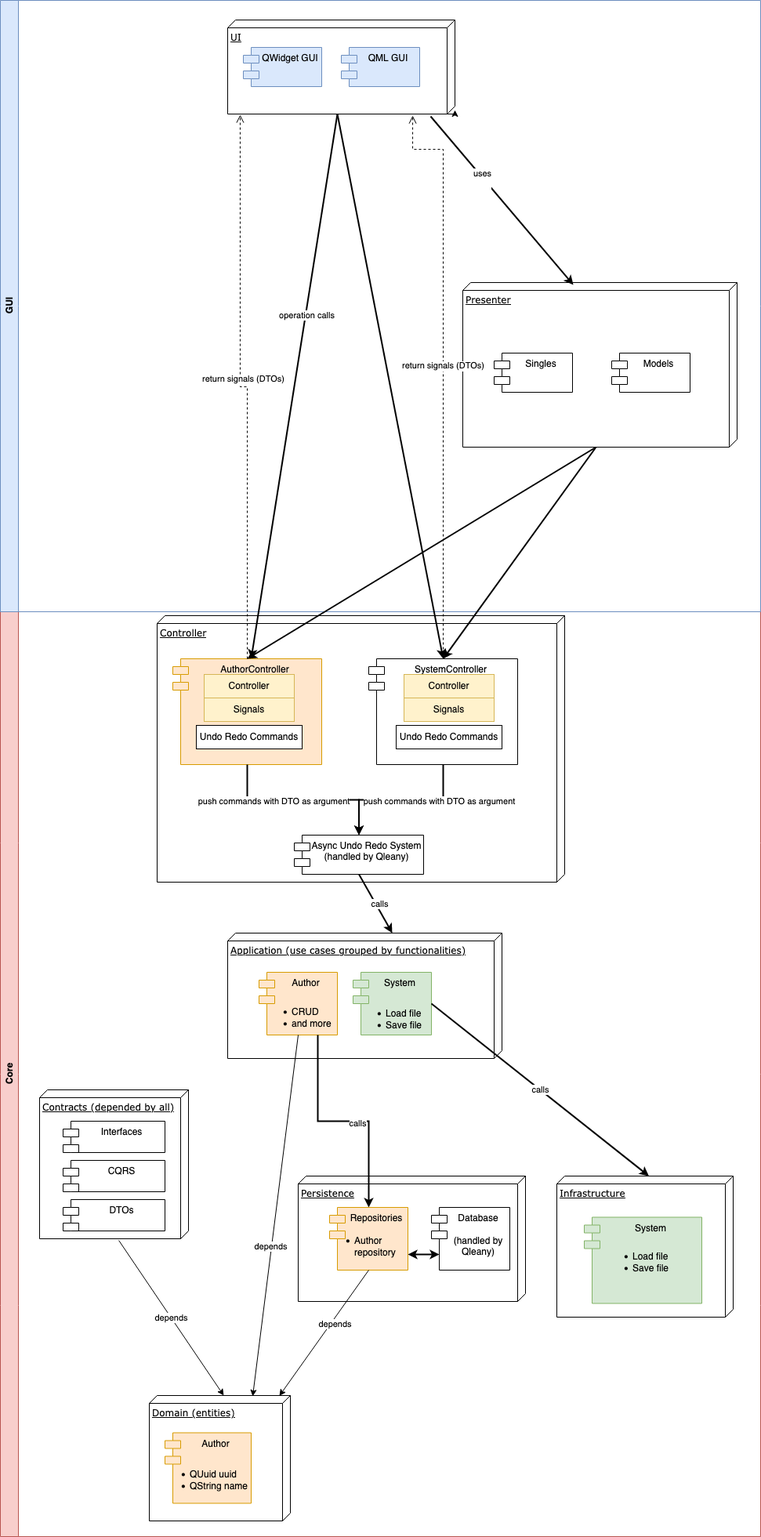
The draw.io diagram doc/qleany_project_structure.drawio.png in jacquetc/qleany, before a commit. Source tidied: cells renumbered, new cells last; positions are measured from the earlier drawing's top-left corner, leaving out a move shared by most shapes.
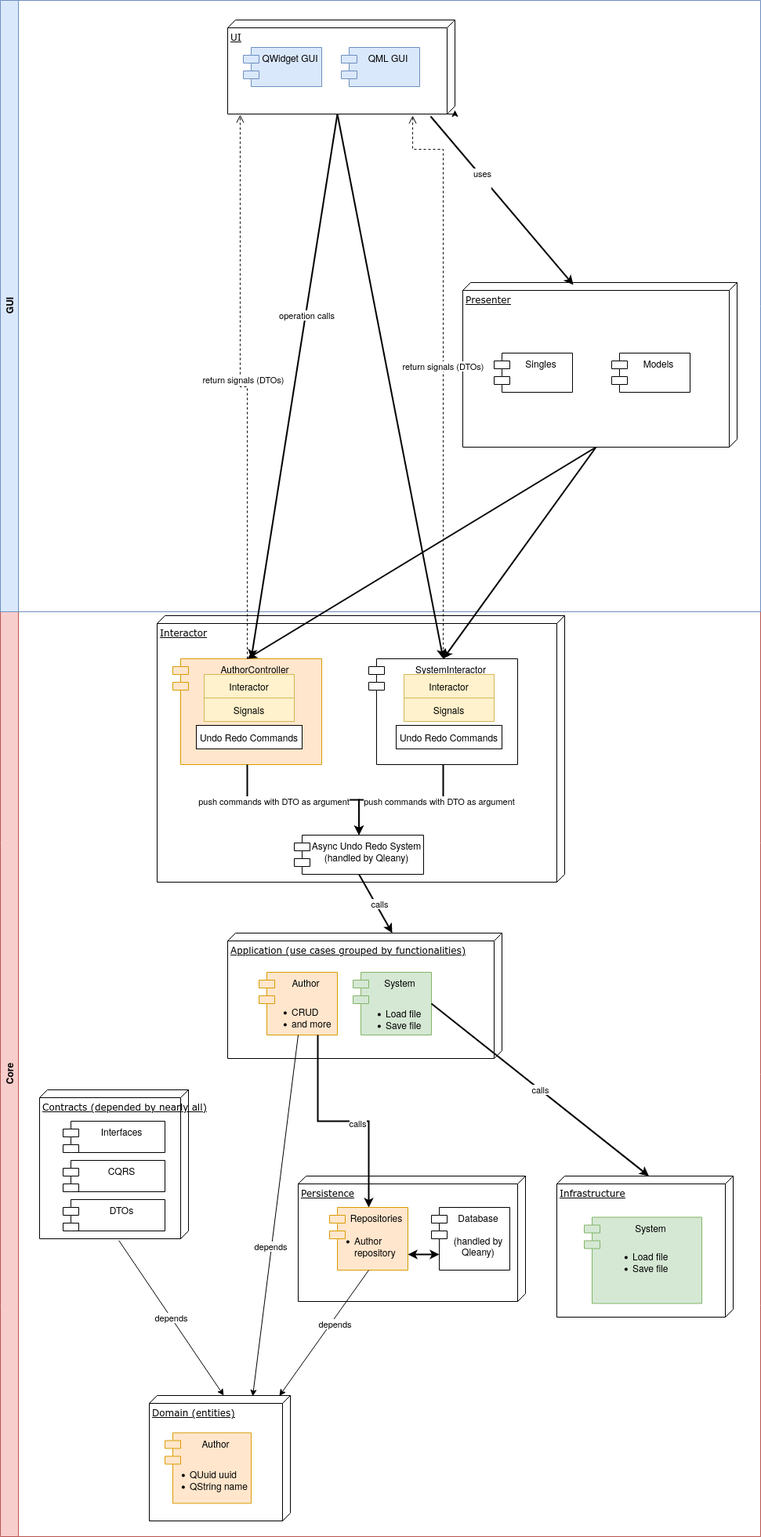
The same file after the commit.

Diff of the diagram source:
```diff
@@ -11,7 +11,7 @@
     <mxCell id="4" value="Application (use cases grouped by functionalities)" style="verticalAlign=top;align=left;spacingTop=8;spacingLeft=2;spacingRight=12;shape=cube;size=10;direction=south;fontStyle=4;html=1;rounded=0;shadow=0;comic=0;labelBackgroundColor=none;strokeWidth=1;fontFamily=Verdana;fontSize=12;" parent="2" vertex="1">
       <mxGeometry x="290" y="410" width="350" height="160" as="geometry" />
     </mxCell>
-    <mxCell id="5" value="Contracts (depended by all)" style="verticalAlign=top;align=left;spacingTop=8;spacingLeft=2;spacingRight=12;shape=cube;size=10;direction=south;fontStyle=4;html=1;rounded=0;shadow=0;comic=0;labelBackgroundColor=none;strokeWidth=1;fontFamily=Verdana;fontSize=12;" parent="2" vertex="1">
+    <mxCell id="5" value="Contracts (depended by nearly all)" style="verticalAlign=top;align=left;spacingTop=8;spacingLeft=2;spacingRight=12;shape=cube;size=10;direction=south;fontStyle=4;html=1;rounded=0;shadow=0;comic=0;labelBackgroundColor=none;strokeWidth=1;fontFamily=Verdana;fontSize=12;" parent="2" vertex="1">
       <mxGeometry x="50" y="610" width="190" height="190" as="geometry" />
     </mxCell>
     <mxCell id="6" value="Author" style="shape=module;align=left;spacingLeft=20;align=center;verticalAlign=top;whiteSpace=wrap;html=1;fillColor=#ffe6cc;strokeColor=#d79b00;" parent="2" vertex="1">
@@ -89,13 +89,13 @@
     <mxCell id="30" value="&lt;ul&gt;&lt;li&gt;QUuid uuid&lt;br&gt;&lt;/li&gt;&lt;li&gt;QString name&lt;br&gt;&lt;/li&gt;&lt;/ul&gt;" style="text;strokeColor=none;fillColor=none;html=1;whiteSpace=wrap;verticalAlign=middle;overflow=hidden;" parent="2" vertex="1">
       <mxGeometry x="200" y="1067.5" width="120" height="80" as="geometry" />
     </mxCell>
-    <mxCell id="31" value="Controller" style="verticalAlign=top;align=left;spacingTop=8;spacingLeft=2;spacingRight=12;shape=cube;size=10;direction=south;fontStyle=4;html=1;rounded=0;shadow=0;comic=0;labelBackgroundColor=none;strokeWidth=1;fontFamily=Verdana;fontSize=12;" parent="2" vertex="1">
+    <mxCell id="31" value="&lt;div&gt;Interactor&lt;/div&gt;&lt;div&gt;&lt;br&gt;&lt;/div&gt;" style="verticalAlign=top;align=left;spacingTop=8;spacingLeft=2;spacingRight=12;shape=cube;size=10;direction=south;fontStyle=4;html=1;rounded=0;shadow=0;comic=0;labelBackgroundColor=none;strokeWidth=1;fontFamily=Verdana;fontSize=12;" parent="2" vertex="1">
       <mxGeometry x="200" y="5" width="520" height="340" as="geometry" />
     </mxCell>
     <mxCell id="32" value="&lt;div&gt;AuthorController&lt;/div&gt;" style="shape=module;align=left;spacingLeft=20;align=center;verticalAlign=top;whiteSpace=wrap;html=1;fillColor=#ffe6cc;strokeColor=#d79b00;" parent="2" vertex="1">
       <mxGeometry x="220" y="60" width="190" height="135" as="geometry" />
     </mxCell>
-    <mxCell id="33" value="&lt;div&gt;SystemController&lt;/div&gt;" style="shape=module;align=left;spacingLeft=20;align=center;verticalAlign=top;whiteSpace=wrap;html=1;" parent="2" vertex="1">
+    <mxCell id="33" value="&lt;div&gt;SystemInteractor&lt;/div&gt;" style="shape=module;align=left;spacingLeft=20;align=center;verticalAlign=top;whiteSpace=wrap;html=1;" parent="2" vertex="1">
       <mxGeometry x="470" y="60" width="190" height="135" as="geometry" />
     </mxCell>
     <mxCell id="34" value="&lt;div&gt;Async Undo Redo System&lt;/div&gt;&lt;div&gt;(handled by Qleany)&lt;/div&gt;" style="shape=module;align=left;spacingLeft=20;align=center;verticalAlign=top;whiteSpace=wrap;html=1;" parent="2" vertex="1">
@@ -115,10 +115,10 @@
         <mxPoint x="-92" as="offset" />
       </mxGeometry>
     </mxCell>
-    <mxCell id="39" value="Controller" style="html=1;whiteSpace=wrap;fillColor=#fff2cc;strokeColor=#d6b656;" parent="2" vertex="1">
+    <mxCell id="39" value="&lt;div&gt;Interactor&lt;/div&gt;" style="html=1;whiteSpace=wrap;fillColor=#fff2cc;strokeColor=#d6b656;" parent="2" vertex="1">
       <mxGeometry x="260" y="80" width="115" height="30" as="geometry" />
     </mxCell>
-    <mxCell id="40" value="Controller" style="html=1;whiteSpace=wrap;fillColor=#fff2cc;strokeColor=#d6b656;" parent="2" vertex="1">
+    <mxCell id="40" value="&lt;div&gt;Interactor&lt;/div&gt;" style="html=1;whiteSpace=wrap;fillColor=#fff2cc;strokeColor=#d6b656;" parent="2" vertex="1">
       <mxGeometry x="515" y="80" width="115" height="30" as="geometry" />
     </mxCell>
     <mxCell id="41" value="Undo Redo Commands" style="html=1;whiteSpace=wrap;" parent="2" vertex="1">
```
